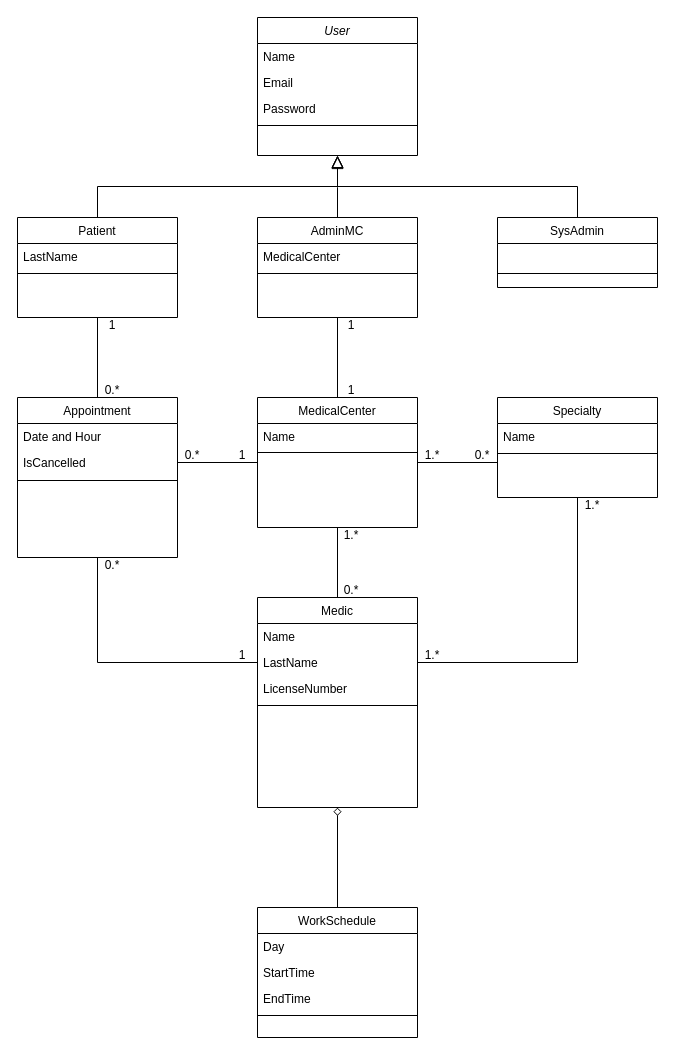
alanmoex/App-turnos keeps this draw.io diagram as Backend/docs/Diagrama-Clases-App-Turnos.drawio. Above is the earlier version. Source tidied: cells renumbered, new cells numbered last; positions are measured from the earlier drawing's top-left corner, leaving out a move shared by most shapes. Both pictures are drawn from the tidied source at 100%, with x=0, y=0 at pixel (17, 17).
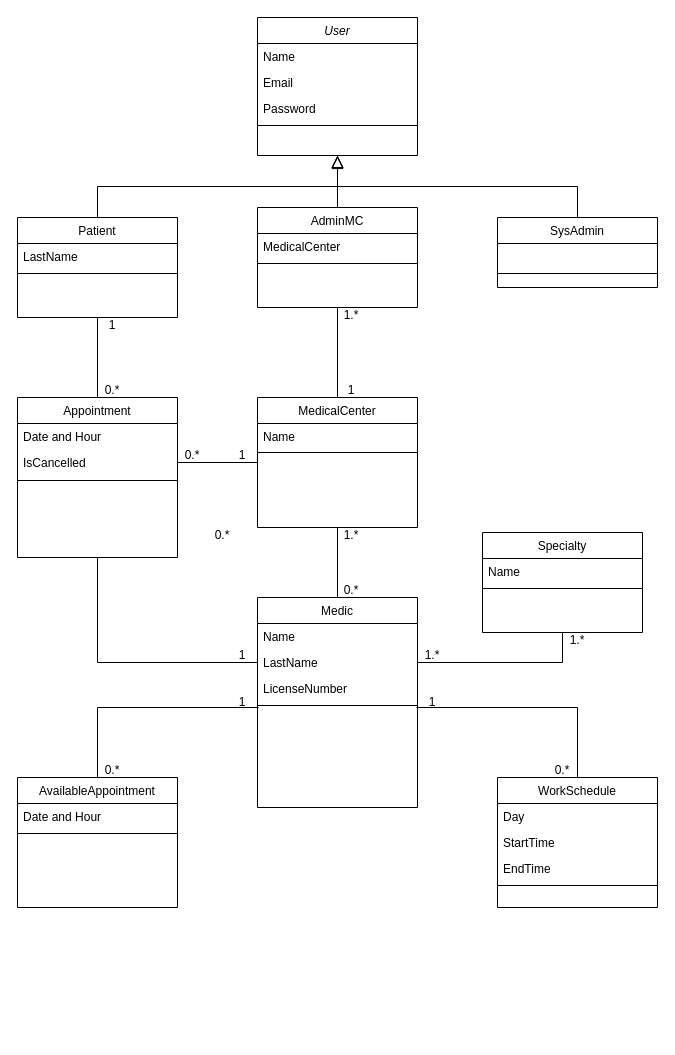
The same page after the edit.

Commit message (it also covers changes not shown here):
Add Entity AvailableAppointment

The change refers to these unchanged cells:
```xml
<mxCell id="22" value="Appointment" style="swimlane;fontStyle=0;align=center;verticalAlign=top;horizontal=1;startSize=26;rounded=0;shadow=0;strokeWidth=1;" parent="1" vertex="1">
  <mxGeometry y="380" width="160" height="160" as="geometry" />
</mxCell>
<mxCell id="34" value="Medic" style="swimlane;fontStyle=0;align=center;verticalAlign=top;horizontal=1;startSize=26;rounded=0;shadow=0;strokeWidth=1;" parent="1" vertex="1">
  <mxGeometry x="240" y="580" width="160" height="210" as="geometry" />
</mxCell>
<mxCell id="36" value="LastName" style="text;align=left;verticalAlign=top;spacingLeft=4;spacingRight=4;overflow=hidden;points=[[0,0.5],[1,0.5]];portConstraint=eastwest;rounded=0;shadow=0;html=0;" parent="34" vertex="1">
  <mxGeometry y="52" width="160" height="26" as="geometry" />
</mxCell>
<mxCell id="38" style="line;html=1;strokeWidth=1;align=left;verticalAlign=middle;spacingTop=-1;spacingLeft=3;spacingRight=3;labelPosition=right;points=[];portConstraint=eastwest;" parent="34" vertex="1">
  <mxGeometry y="104" width="160" height="8" as="geometry" />
</mxCell>
```

What changed in the source:
```diff
@@
     <mxCell id="13" value="AdminMC" style="swimlane;fontStyle=0;align=center;verticalAlign=top;horizontal=1;startSize=26;rounded=0;shadow=0;strokeWidth=1;" parent="1" vertex="1">
-      <mxGeometry x="240" y="200" width="160" height="100" as="geometry" />
+      <mxGeometry x="240" y="190" width="160" height="100" as="geometry" />
     </mxCell>
@@
     <mxCell id="21" style="edgeStyle=orthogonalEdgeStyle;rounded=0;jettySize=auto;html=1;exitX=0.5;exitY=1;exitDx=0;exitDy=0;entryX=0;entryY=0.5;entryDx=0;entryDy=0;endArrow=none;endFill=0;" parent="1" edge="1" source="22" target="36">
-      <mxGeometry relative="1" as="geometry" />
+      <mxGeometry relative="1" as="geometry">
+        <Array as="points">
+          <mxPoint x="80" y="645" />
+        </Array>
+      </mxGeometry>
     </mxCell>
@@
     <mxCell id="30" value="Specialty" style="swimlane;fontStyle=0;align=center;verticalAlign=top;horizontal=1;startSize=26;rounded=0;shadow=0;strokeWidth=1;" parent="1" vertex="1">
-      <mxGeometry x="480" y="380" width="160" height="100" as="geometry" />
+      <mxGeometry x="465" y="515" width="160" height="100" as="geometry" />
     </mxCell>
@@
-    <mxCell id="33" style="edgeStyle=orthogonalEdgeStyle;rounded=0;jettySize=auto;html=1;endArrow=none;endFill=0;startArrow=diamond;startFill=0;" parent="1" edge="1" source="34" target="39">
-      <mxGeometry relative="1" as="geometry" />
-    </mxCell>
+    <mxCell id="61" style="edgeStyle=orthogonalEdgeStyle;rounded=0;html=1;exitX=0.994;exitY=0.75;exitDx=0;exitDy=0;entryX=0.5;entryY=0;entryDx=0;entryDy=0;endArrow=none;endFill=0;exitPerimeter=0;" parent="1" edge="1" source="38" target="39">
+      <mxGeometry relative="1" as="geometry" />
+    </mxCell>
+    <mxCell id="62" style="edgeStyle=orthogonalEdgeStyle;rounded=0;html=1;exitX=0.006;exitY=0.75;exitDx=0;exitDy=0;entryX=0.5;entryY=0;entryDx=0;entryDy=0;endArrow=none;endFill=0;exitPerimeter=0;" parent="1" edge="1" source="38" target="64">
+      <mxGeometry relative="1" as="geometry" />
+    </mxCell>
+    <mxCell id="63" style="edgeStyle=orthogonalEdgeStyle;rounded=0;html=1;exitX=0;exitY=0.5;exitDx=0;exitDy=0;endArrow=none;endFill=0;" parent="1" edge="1" source="34">
+      <mxGeometry relative="1" as="geometry">
+        <mxPoint x="240" y="700" as="targetPoint" />
+      </mxGeometry>
+    </mxCell>
@@
     <mxCell id="39" value="WorkSchedule" style="swimlane;fontStyle=0;align=center;verticalAlign=top;horizontal=1;startSize=26;rounded=0;shadow=0;strokeWidth=1;" parent="1" vertex="1">
-      <mxGeometry x="240" y="890" width="160" height="130" as="geometry" />
+      <mxGeometry x="480" y="760" width="160" height="130" as="geometry" />
     </mxCell>
@@
-    <mxCell id="46" style="edgeStyle=orthogonalEdgeStyle;rounded=0;orthogonalLoop=1;jettySize=auto;html=1;entryX=1;entryY=0.5;entryDx=0;entryDy=0;endArrow=none;endFill=0;" parent="1" edge="1">
-      <mxGeometry relative="1" as="geometry">
-        <mxPoint x="480" y="445" as="sourcePoint" />
-        <mxPoint x="400" y="445" as="targetPoint" />
-      </mxGeometry>
-    </mxCell>
@@
     <mxCell id="49" value="0.*" style="text;html=1;align=center;verticalAlign=middle;whiteSpace=wrap;rounded=0;" parent="1" vertex="1">
-      <mxGeometry x="80" y="540" width="30" height="15" as="geometry" />
+      <mxGeometry x="190" y="510" width="30" height="15" as="geometry" />
     </mxCell>
@@
     <mxCell id="55" value="1.*" style="text;html=1;align=center;verticalAlign=middle;whiteSpace=wrap;rounded=0;" parent="1" vertex="1">
-      <mxGeometry x="560" y="480" width="30" height="15" as="geometry" />
+      <mxGeometry x="545" y="615" width="30" height="15" as="geometry" />
     </mxCell>
@@
-    <mxCell id="57" value="1.*" style="text;html=1;align=center;verticalAlign=middle;whiteSpace=wrap;rounded=0;" parent="1" vertex="1">
-      <mxGeometry x="400" y="430" width="30" height="15" as="geometry" />
-    </mxCell>
-    <mxCell id="58" value="0.*" style="text;html=1;align=center;verticalAlign=middle;whiteSpace=wrap;rounded=0;" parent="1" vertex="1">
-      <mxGeometry x="450" y="430" width="30" height="15" as="geometry" />
-    </mxCell>
-    <mxCell id="59" value="1" style="text;html=1;align=center;verticalAlign=middle;whiteSpace=wrap;rounded=0;" parent="1" vertex="1">
-      <mxGeometry x="319" y="300" width="30" height="15" as="geometry" />
+    <mxCell id="59" value="1.*" style="text;html=1;align=center;verticalAlign=middle;whiteSpace=wrap;rounded=0;" parent="1" vertex="1">
+      <mxGeometry x="319" y="290" width="30" height="15" as="geometry" />
     </mxCell>
@@
+    <mxCell id="64" value="AvailableAppointment" style="swimlane;fontStyle=0;align=center;verticalAlign=top;horizontal=1;startSize=26;rounded=0;shadow=0;strokeWidth=1;" parent="1" vertex="1">
+      <mxGeometry y="760" width="160" height="130" as="geometry" />
+    </mxCell>
+    <mxCell id="65" value="Date and Hour" style="text;align=left;verticalAlign=top;spacingLeft=4;spacingRight=4;overflow=hidden;" parent="64" vertex="1">
+      <mxGeometry y="26" width="160" height="26" as="geometry" />
+    </mxCell>
+    <mxCell id="66" style="line;html=1;strokeWidth=1;align=left;verticalAlign=middle;spacingTop=-1;spacingLeft=3;spacingRight=3;labelPosition=right;" parent="64" vertex="1">
+      <mxGeometry y="52" width="160" height="8" as="geometry" />
+    </mxCell>
+    <mxCell id="67" value="1" style="text;html=1;align=center;verticalAlign=middle;whiteSpace=wrap;rounded=0;" parent="1" vertex="1">
+      <mxGeometry x="400" y="677.5" width="30" height="15" as="geometry" />
+    </mxCell>
+    <mxCell id="68" value="1" style="text;html=1;align=center;verticalAlign=middle;whiteSpace=wrap;rounded=0;" parent="1" vertex="1">
+      <mxGeometry x="210" y="677.5" width="30" height="15" as="geometry" />
+    </mxCell>
+    <mxCell id="69" value="0.*" style="text;html=1;align=center;verticalAlign=middle;whiteSpace=wrap;rounded=0;" parent="1" vertex="1">
+      <mxGeometry x="80" y="745" width="30" height="15" as="geometry" />
+    </mxCell>
+    <mxCell id="70" value="0.*" style="text;html=1;align=center;verticalAlign=middle;whiteSpace=wrap;rounded=0;" parent="1" vertex="1">
+      <mxGeometry x="530" y="745" width="30" height="15" as="geometry" />
+    </mxCell>
```
